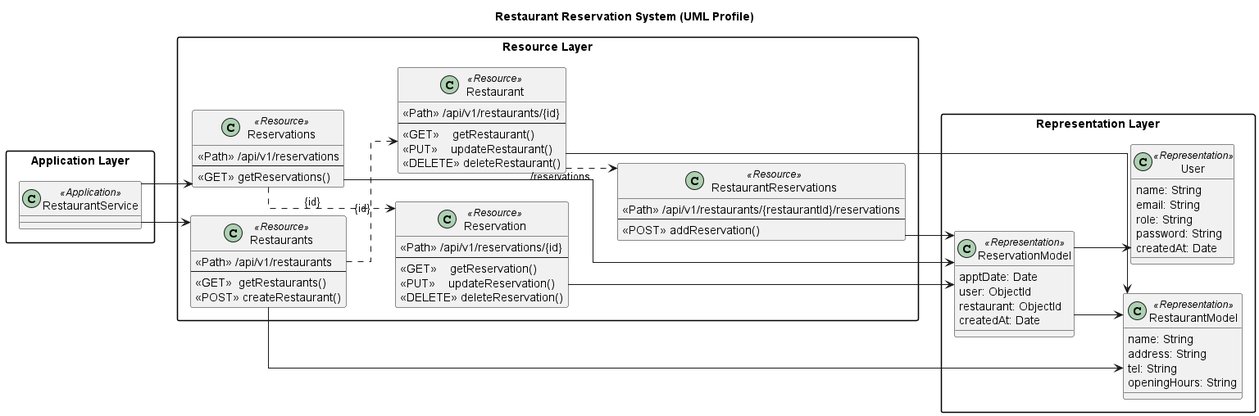
This is _uml/Class_Diagram.png from 2110503-CEDT68/be-project-68-gofiberv2, a PlantUML export, as it was before one commit. Source of this version:
```plantuml
@startuml
title Restaurant Reservation System (UML Profile)

left to right direction
skinparam shadowing false
skinparam packageStyle rectangle
skinparam classAttributeIconSize 0
skinparam linetype ortho

package "Application Layer" {

class RestaurantService <<Application>>
}

package "Resource Layer" {

class Restaurants <<Resource>> {
  <<Path>> /api/v1/restaurants
  --
  <<GET>>  getRestaurants()
  <<POST>> createRestaurant()
}

class Restaurant <<Resource>> {
  <<Path>> /api/v1/restaurants/{id}
  --
  <<GET>>    getRestaurant()
  <<PUT>>    updateRestaurant()
  <<DELETE>> deleteRestaurant()
}

class Reservations <<Resource>> {
  <<Path>> /api/v1/reservations
  --
  <<GET>> getReservations()
}

class Reservation <<Resource>> {
  <<Path>> /api/v1/reservations/{id}
  --
  <<GET>>    getReservation()
  <<PUT>>    updateReservation()
  <<DELETE>> deleteReservation()
}

class RestaurantReservations <<Resource>> {
  <<Path>> /api/v1/restaurants/{restaurantId}/reservations
  --
  <<POST>> addReservation()
}

}

package "Representation Layer" {

class User <<Representation>> {
  name: String
  email: String
  role: String
  password: String
  createdAt: Date
}

class RestaurantModel <<Representation>> {
  name: String
  address: String
  tel: String
  openingHours: String
}

class ReservationModel <<Representation>> {
  apptDate: Date
  user: ObjectId
  restaurant: ObjectId
  createdAt: Date
}

}


RestaurantService --> Restaurants
RestaurantService --> Reservations

Restaurants ..> Restaurant : {id}
Restaurant ..> RestaurantReservations : /reservations
Reservations ..> Reservation : {id}

Restaurants --> RestaurantModel
Restaurant --> RestaurantModel

Reservations --> ReservationModel
Reservation --> ReservationModel
RestaurantReservations --> ReservationModel

ReservationModel --> User
ReservationModel --> RestaurantModel

@enduml
```
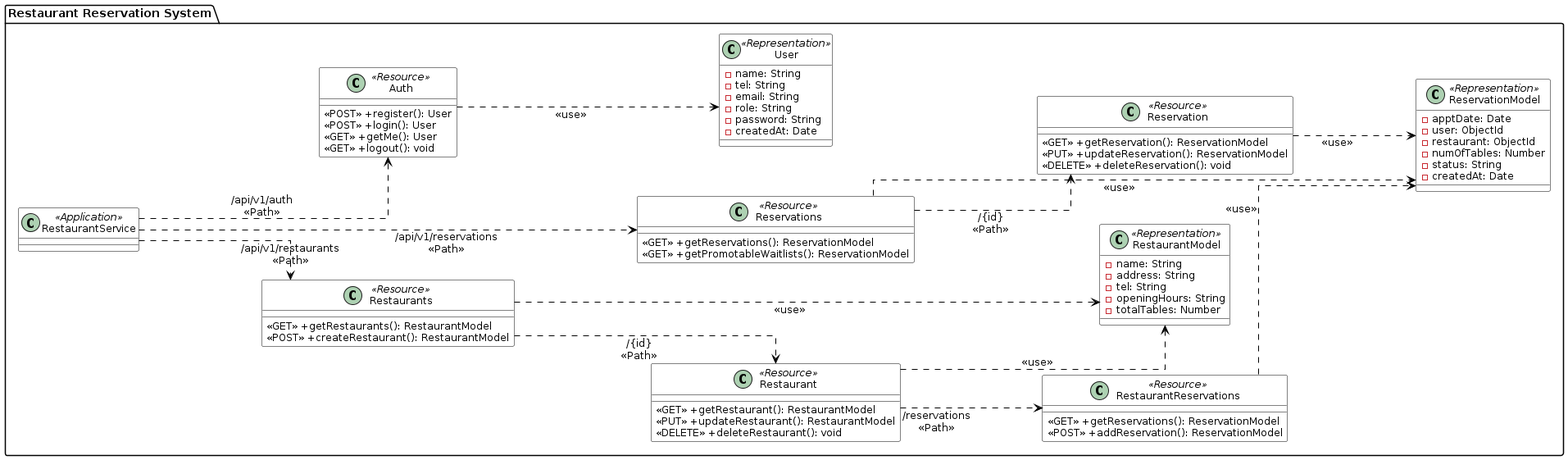
Above is the later version.

Commit message:
docs: chnage style of class diagram

Change to the diagram source:
```diff
@@ -1,98 +1,99 @@
 @startuml
-title Restaurant Reservation System (UML Profile)
-
 left to right direction
 skinparam shadowing false
-skinparam packageStyle rectangle
-skinparam classAttributeIconSize 0
 skinparam linetype ortho
 
-package "Application Layer" {
+skinparam class {
+    ArrowColor black
+    BorderColor black
+    BackgroundColor white
+    FontSize 14
+    AttributeFontSize 12
+    MethodFontSize 12
+}
+skinparam nodesep 60
+skinparam ranksep 150
 
-class RestaurantService <<Application>>
+package "Restaurant Reservation System" {
+
+    class RestaurantService <<Application>>
+
+    class Restaurants <<Resource>> {
+        <<GET>> +getRestaurants(): RestaurantModel
+        <<POST>> +createRestaurant(): RestaurantModel
+    }
+
+    class Restaurant <<Resource>> {
+        <<GET>> +getRestaurant(): RestaurantModel
+        <<PUT>> +updateRestaurant(): RestaurantModel
+        <<DELETE>> +deleteRestaurant(): void
+    }
+
+    class RestaurantReservations <<Resource>> {
+        <<GET>> +getReservations(): ReservationModel
+        <<POST>> +addReservation(): ReservationModel
+    }
+
+    class Reservations <<Resource>> {
+        <<GET>> +getReservations(): ReservationModel
+        <<GET>> +getPromotableWaitlists(): ReservationModel
+    }
+
+    class Reservation <<Resource>> {
+        <<GET>> +getReservation(): ReservationModel
+        <<PUT>> +updateReservation(): ReservationModel
+        <<DELETE>> +deleteReservation(): void
+    }
+
+    class Auth <<Resource>> {
+        <<POST>> +register(): User
+        <<POST>> +login(): User
+        <<GET>> +getMe(): User
+        <<GET>> +logout(): void
+    }
+
+    class RestaurantModel <<Representation>> {
+        - name: String
+        - address: String
+        - tel: String
+        - openingHours: String
+        - totalTables: Number
+    }
+
+    class ReservationModel <<Representation>> {
+        - apptDate: Date
+        - user: ObjectId
+        - restaurant: ObjectId
+        - numOfTables: Number
+        - status: String
+        - createdAt: Date
+    }
+
+    class User <<Representation>> {
+        - name: String
+        - tel: String
+        - email: String
+        - role: String
+        - password: String
+        - createdAt: Date
+    }
+
+    RestaurantService ..> Restaurants : "  /api/v1/restaurants\n  <<Path>>"
+    Restaurants ..> Restaurant : "  /{id}\n  <<Path>>"
+    Restaurant ..> RestaurantReservations : "  /reservations\n  <<Path>>"
+
+    RestaurantService ..> Reservations : "  /api/v1/reservations\n  <<Path>>"
+    Reservations ..> Reservation : "  /{id}\n  <<Path>>"
+
+    RestaurantService ..> Auth : "  /api/v1/auth\n  <<Path>>"
+
+    Restaurants ..> RestaurantModel : "<<use>>"
+    Restaurant ..> RestaurantModel : "<<use>>"
+
+    Reservations ..> ReservationModel : "<<use>>"
+    Reservation ..> ReservationModel : "<<use>>"
+    RestaurantReservations ..> ReservationModel : "<<use>>"
+
+    Auth ..> User : "<<use>>"
 }
-
-package "Resource Layer" {
-
-class Restaurants <<Resource>> {
-  <<Path>> /api/v1/restaurants
-  --
-  <<GET>>  getRestaurants()
-  <<POST>> createRestaurant()
-}
-
-class Restaurant <<Resource>> {
-  <<Path>> /api/v1/restaurants/{id}
-  --
-  <<GET>>    getRestaurant()
-  <<PUT>>    updateRestaurant()
-  <<DELETE>> deleteRestaurant()
-}
-
-class Reservations <<Resource>> {
-  <<Path>> /api/v1/reservations
-  --
-  <<GET>> getReservations()
-}
-
-class Reservation <<Resource>> {
-  <<Path>> /api/v1/reservations/{id}
-  --
-  <<GET>>    getReservation()
-  <<PUT>>    updateReservation()
-  <<DELETE>> deleteReservation()
-}
-
-class RestaurantReservations <<Resource>> {
-  <<Path>> /api/v1/restaurants/{restaurantId}/reservations
-  --
-  <<POST>> addReservation()
-}
-
-}
-
-package "Representation Layer" {
-
-class User <<Representation>> {
-  name: String
-  email: String
-  role: String
-  password: String
-  createdAt: Date
-}
-
-class RestaurantModel <<Representation>> {
-  name: String
-  address: String
-  tel: String
-  openingHours: String
-}
-
-class ReservationModel <<Representation>> {
-  apptDate: Date
-  user: ObjectId
-  restaurant: ObjectId
-  createdAt: Date
-}
-
-}
-
-
-RestaurantService --> Restaurants
-RestaurantService --> Reservations
-
-Restaurants ..> Restaurant : {id}
-Restaurant ..> RestaurantReservations : /reservations
-Reservations ..> Reservation : {id}
-
-Restaurants --> RestaurantModel
-Restaurant --> RestaurantModel
-
-Reservations --> ReservationModel
-Reservation --> ReservationModel
-RestaurantReservations --> ReservationModel
-
-ReservationModel --> User
-ReservationModel --> RestaurantModel
-
 @enduml
```
